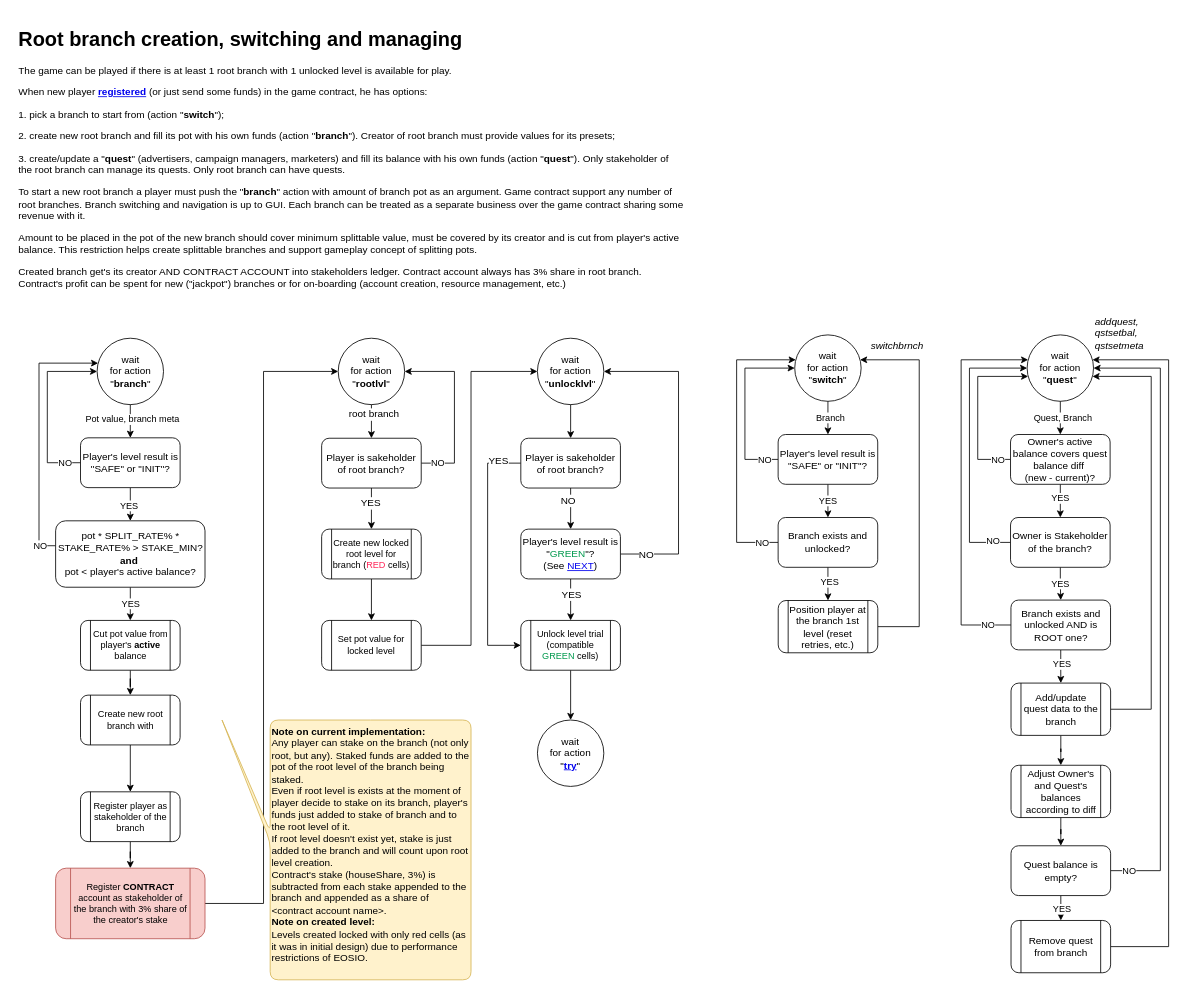
Above: page "branch" (4 of 14) of ia/WOFFLER IA.drawio in cptn-solo/woffler_contract (draw.io), before the change. Source tidied: cells renumbered, new cells numbered last; positions are measured from the earlier drawing's top-left corner, leaving out a move shared by most shapes. Both pictures are drawn from the tidied source at 83%, with x=0, y=0 at pixel (14, 22).
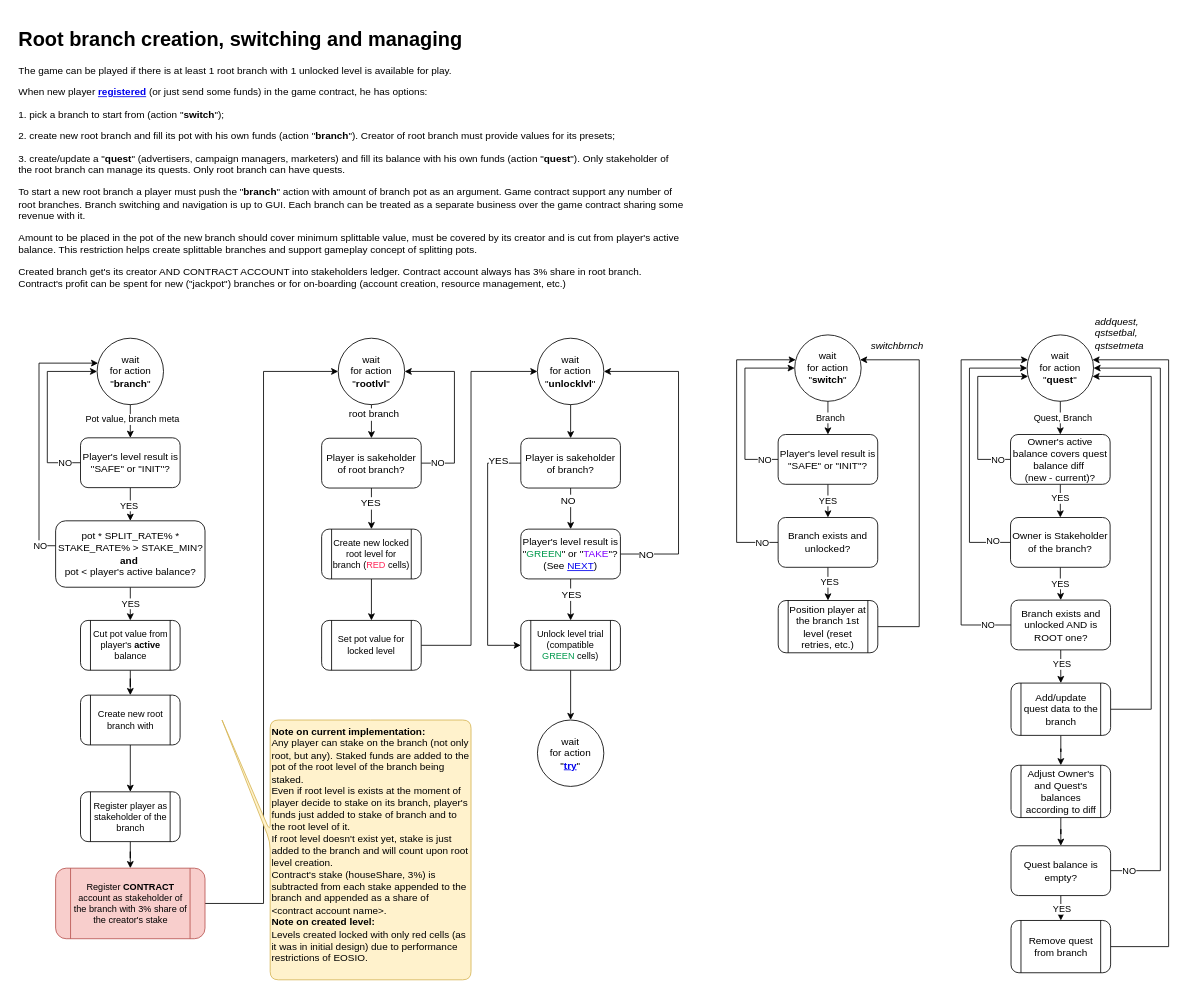
The same diagram, later.

Change to the diagram source:
```diff
@@
-    <mxCell id="86" value="Player is sakeholder of root branch?" style="rounded=1;whiteSpace=wrap;html=1;shadow=0;glass=0;strokeColor=#000000;align=center;" parent="1" vertex="1">
+    <mxCell id="86" value="Player is sakeholder of branch?" style="rounded=1;whiteSpace=wrap;html=1;shadow=0;glass=0;strokeColor=#000000;align=center;" parent="1" vertex="1">
       <mxGeometry x="610" y="500.5" width="120" height="60" as="geometry" />
     </mxCell>
@@
-    <mxCell id="91" value="Player's level result is &quot;&lt;font color=&quot;#00994d&quot;&gt;GREEN&lt;/font&gt;&quot;?&lt;br&gt;(See &lt;a href=&quot;data:page/id,PO2idtyygykwMbh8yiFy&quot;&gt;NEXT&lt;/a&gt;)&lt;br&gt;" style="rounded=1;whiteSpace=wrap;html=1;shadow=0;glass=0;strokeColor=#000000;align=center;" parent="1" vertex="1">
+    <mxCell id="91" value="Player's level result is &quot;&lt;font color=&quot;#00994d&quot;&gt;GREEN&lt;/font&gt;&quot; or &quot;&lt;font color=&quot;#7f00ff&quot;&gt;TAKE&lt;/font&gt;&quot;?&lt;br&gt;(See &lt;a href=&quot;data:page/id,PO2idtyygykwMbh8yiFy&quot;&gt;NEXT&lt;/a&gt;)&lt;br&gt;" style="rounded=1;whiteSpace=wrap;html=1;shadow=0;glass=0;strokeColor=#000000;align=center;" parent="1" vertex="1">
       <mxGeometry x="610" y="610" width="120" height="60" as="geometry" />
     </mxCell>
```
